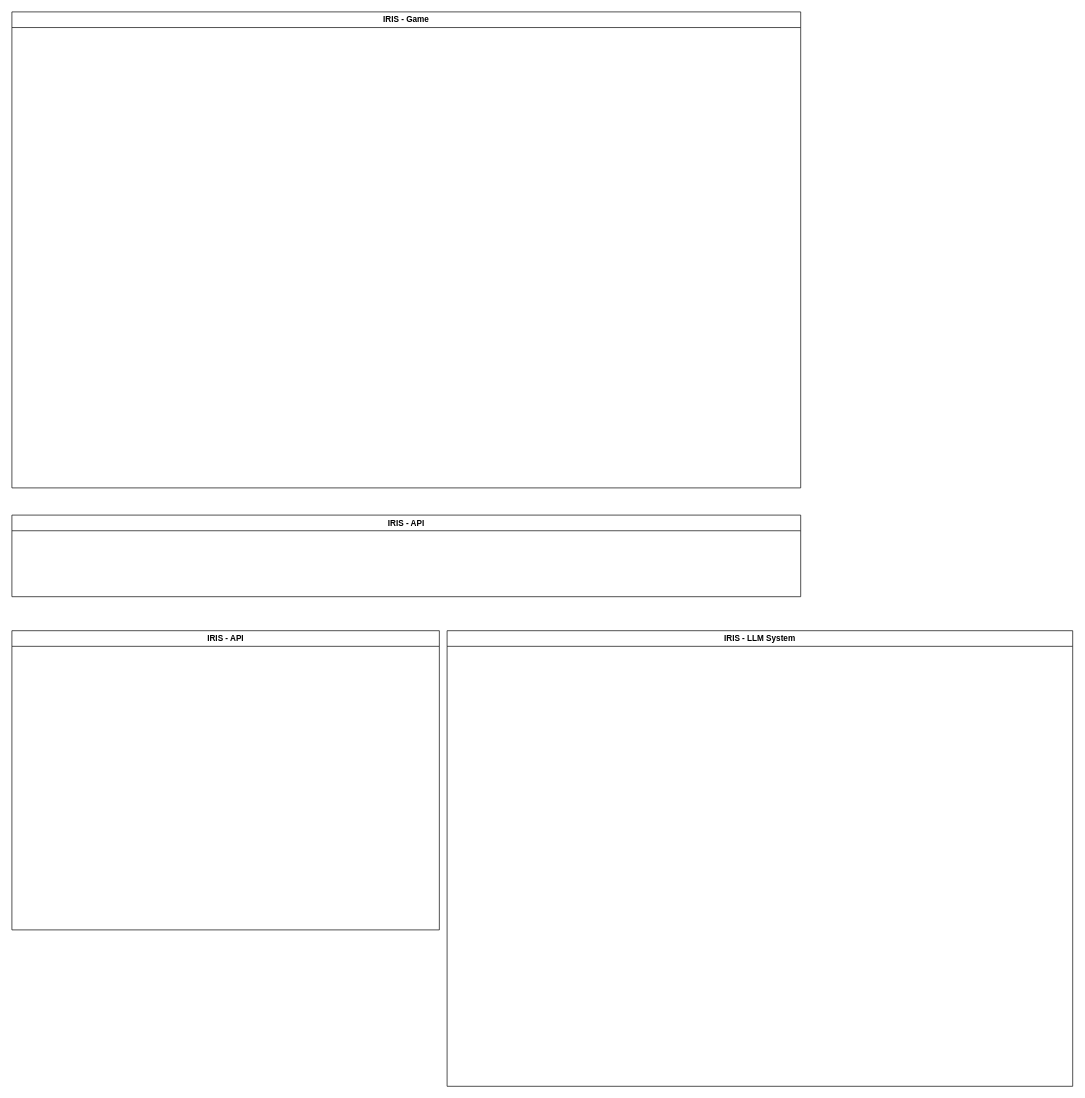
Earlier version of the draw.io diagram docs/iris-high_level_architecture.drawio (crimson-rain/iris). Source tidied: cells renumbered, new cells numbered last; positions are measured from the earlier drawing's top-left corner, leaving out a move shared by most shapes. Both pictures are drawn from the tidied source at 68%, with x=0, y=0 at pixel (12, 12).
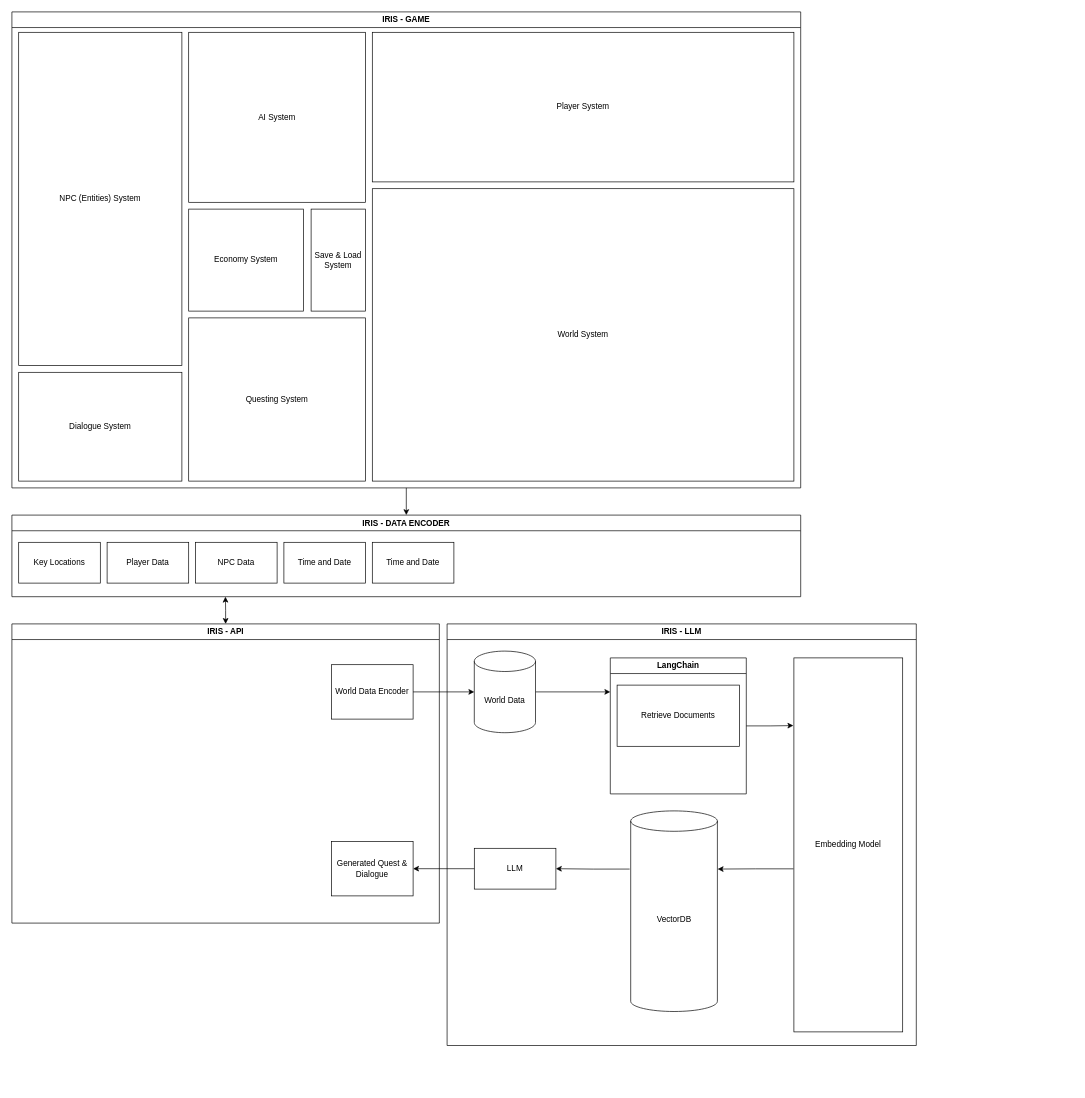
Above is the later version.

The edit, as a diff of the source:
```diff
@@
+    <mxCell id="6" style="edgeStyle=orthogonalEdgeStyle;rounded=0;jettySize=auto;html=1;entryX=0.5;entryY=0;entryDx=0;entryDy=0;" parent="1" edge="1" source="2" target="5">
+      <mxGeometry relative="1" as="geometry" />
+    </mxCell>
-    <mxCell id="2" value="IRIS - Game" style="swimlane;whiteSpace=wrap;html=1;" parent="1" vertex="1">
+    <mxCell id="2" value="IRIS - GAME" style="swimlane;whiteSpace=wrap;html=1;" parent="1" vertex="1">
       <mxGeometry width="1160" height="700" as="geometry" />
     </mxCell>
+    <mxCell id="7" value="Dialogue System" style="rounded=0;whiteSpace=wrap;html=1;" parent="2" vertex="1">
+      <mxGeometry x="10" y="530" width="240" height="160" as="geometry" />
+    </mxCell>
+    <mxCell id="8" value="Questing System" style="rounded=0;whiteSpace=wrap;html=1;" parent="2" vertex="1">
+      <mxGeometry x="260" y="450" width="260" height="240" as="geometry" />
+    </mxCell>
+    <mxCell id="9" value="World System" style="rounded=0;whiteSpace=wrap;html=1;" parent="2" vertex="1">
+      <mxGeometry x="530" y="260" width="620" height="430" as="geometry" />
+    </mxCell>
+    <mxCell id="10" value="Player System" style="rounded=0;whiteSpace=wrap;html=1;" parent="2" vertex="1">
+      <mxGeometry x="530" y="30" width="620" height="220" as="geometry" />
+    </mxCell>
+    <mxCell id="11" value="NPC (Entities) System" style="rounded=0;whiteSpace=wrap;html=1;" parent="2" vertex="1">
+      <mxGeometry x="10" y="30" width="240" height="490" as="geometry" />
+    </mxCell>
+    <mxCell id="12" value="Economy System" style="rounded=0;whiteSpace=wrap;html=1;" parent="2" vertex="1">
+      <mxGeometry x="260" y="290" width="168.8" height="150" as="geometry" />
+    </mxCell>
+    <mxCell id="13" value="Save &amp;amp; Load System" style="rounded=0;whiteSpace=wrap;html=1;" parent="2" vertex="1">
+      <mxGeometry x="440" y="290" width="80" height="150" as="geometry" />
+    </mxCell>
+    <mxCell id="14" value="AI System" style="rounded=0;whiteSpace=wrap;html=1;" parent="2" vertex="1">
+      <mxGeometry x="260" y="30" width="260" height="250" as="geometry" />
+    </mxCell>
+    <mxCell id="15" style="edgeStyle=orthogonalEdgeStyle;rounded=0;jettySize=auto;html=1;startArrow=classic;startFill=1;" parent="1" edge="1" source="3">
+      <mxGeometry relative="1" as="geometry">
+        <mxPoint x="314" y="860" as="targetPoint" />
+      </mxGeometry>
+    </mxCell>
     <mxCell id="3" value="&lt;div&gt;IRIS - API&lt;/div&gt;" style="swimlane;whiteSpace=wrap;html=1;" parent="1" vertex="1">
-      <mxGeometry y="910" width="628.6" height="440" as="geometry" />
+      <mxGeometry y="900" width="628.6" height="440" as="geometry" />
     </mxCell>
+    <mxCell id="16" value="World Data Encoder" style="rounded=0;whiteSpace=wrap;html=1;" parent="3" vertex="1">
+      <mxGeometry x="470" y="60" width="120" height="80" as="geometry" />
+    </mxCell>
+    <mxCell id="17" value="Generated Quest &amp;amp; Dialogue" style="rounded=0;whiteSpace=wrap;html=1;" parent="3" vertex="1">
+      <mxGeometry x="470" y="320" width="120" height="80" as="geometry" />
+    </mxCell>
-    <mxCell id="4" value="IRIS - LLM System" style="swimlane;whiteSpace=wrap;html=1;" parent="1" vertex="1">
-      <mxGeometry x="640" y="910" width="920" height="670" as="geometry" />
+    <mxCell id="4" value="IRIS - LLM" style="swimlane;whiteSpace=wrap;html=1;" parent="1" vertex="1">
+      <mxGeometry x="640" y="900" width="690" height="620" as="geometry" />
     </mxCell>
+    <mxCell id="18" style="edgeStyle=orthogonalEdgeStyle;rounded=0;jettySize=auto;html=1;entryX=0;entryY=0.25;entryDx=0;entryDy=0;" parent="4" edge="1" source="19" target="20">
+      <mxGeometry relative="1" as="geometry" />
+    </mxCell>
+    <mxCell id="19" value="World Data" style="shape=cylinder3;whiteSpace=wrap;html=1;boundedLbl=1;backgroundOutline=1;size=15;" parent="4" vertex="1">
+      <mxGeometry x="40" y="40" width="90" height="120" as="geometry" />
+    </mxCell>
+    <mxCell id="20" value="LangChain" style="swimlane;whiteSpace=wrap;html=1;" parent="4" vertex="1">
+      <mxGeometry x="240" y="50" width="200" height="200" as="geometry" />
+    </mxCell>
+    <mxCell id="21" value="Retrieve Documents" style="rounded=0;whiteSpace=wrap;html=1;" parent="20" vertex="1">
+      <mxGeometry x="10" y="40" width="180" height="90" as="geometry" />
+    </mxCell>
+    <mxCell id="22" value="Embedding Model" style="rounded=0;whiteSpace=wrap;html=1;" parent="4" vertex="1">
+      <mxGeometry x="510" y="50" width="160" height="550" as="geometry" />
+    </mxCell>
+    <mxCell id="23" style="edgeStyle=orthogonalEdgeStyle;rounded=0;jettySize=auto;html=1;entryX=-0.005;entryY=0.181;entryDx=0;entryDy=0;entryPerimeter=0;" parent="4" edge="1" source="20" target="22">
+      <mxGeometry relative="1" as="geometry" />
+    </mxCell>
+    <mxCell id="24" value="VectorDB" style="shape=cylinder3;whiteSpace=wrap;html=1;boundedLbl=1;backgroundOutline=1;size=15;" parent="4" vertex="1">
+      <mxGeometry x="270" y="275" width="127.5" height="295" as="geometry" />
+    </mxCell>
+    <mxCell id="25" value="LLM" style="rounded=0;whiteSpace=wrap;html=1;" parent="4" vertex="1">
+      <mxGeometry x="40" y="330" width="120" height="60" as="geometry" />
+    </mxCell>
+    <mxCell id="26" style="edgeStyle=orthogonalEdgeStyle;rounded=0;jettySize=auto;html=1;exitX=-0.012;exitY=0.29;exitDx=0;exitDy=0;exitPerimeter=0;" parent="4" edge="1" source="24" target="25">
+      <mxGeometry relative="1" as="geometry" />
+    </mxCell>
+    <mxCell id="27" style="edgeStyle=orthogonalEdgeStyle;rounded=0;jettySize=auto;html=1;entryX=1.003;entryY=0.29;entryDx=0;entryDy=0;entryPerimeter=0;exitX=-0.004;exitY=0.564;exitDx=0;exitDy=0;exitPerimeter=0;" parent="4" edge="1" source="22" target="24">
+      <mxGeometry relative="1" as="geometry" />
+    </mxCell>
-    <mxCell id="5" value="&lt;div&gt;IRIS - API&lt;/div&gt;" style="swimlane;whiteSpace=wrap;html=1;" parent="1" vertex="1">
+    <mxCell id="5" value="&lt;div&gt;IRIS - DATA ENCODER&lt;br&gt;&lt;/div&gt;" style="swimlane;whiteSpace=wrap;html=1;" parent="1" vertex="1">
       <mxGeometry y="740" width="1160" height="120" as="geometry" />
     </mxCell>
+    <mxCell id="28" value="Key Locations" style="rounded=0;whiteSpace=wrap;html=1;verticalAlign=middle;" parent="5" vertex="1">
+      <mxGeometry x="10" y="40" width="120" height="60" as="geometry" />
+    </mxCell>
+    <mxCell id="29" value="Player Data" style="rounded=0;whiteSpace=wrap;html=1;verticalAlign=middle;" parent="5" vertex="1">
+      <mxGeometry x="140" y="40" width="120" height="60" as="geometry" />
+    </mxCell>
+    <mxCell id="30" value="NPC Data" style="rounded=0;whiteSpace=wrap;html=1;verticalAlign=middle;" parent="5" vertex="1">
+      <mxGeometry x="270" y="40" width="120" height="60" as="geometry" />
+    </mxCell>
+    <mxCell id="31" value="Time and Date" style="rounded=0;whiteSpace=wrap;html=1;verticalAlign=middle;" parent="5" vertex="1">
+      <mxGeometry x="400" y="40" width="120" height="60" as="geometry" />
+    </mxCell>
+    <mxCell id="32" value="Time and Date" style="rounded=0;whiteSpace=wrap;html=1;verticalAlign=middle;" parent="5" vertex="1">
+      <mxGeometry x="530" y="40" width="120" height="60" as="geometry" />
+    </mxCell>
+    <mxCell id="33" style="edgeStyle=orthogonalEdgeStyle;rounded=0;jettySize=auto;html=1;entryX=0;entryY=0.5;entryDx=0;entryDy=0;entryPerimeter=0;" parent="1" edge="1" source="16" target="19">
+      <mxGeometry relative="1" as="geometry" />
+    </mxCell>
+    <mxCell id="34" style="edgeStyle=orthogonalEdgeStyle;rounded=0;jettySize=auto;html=1;entryX=1;entryY=0.5;entryDx=0;entryDy=0;" parent="1" edge="1" source="25" target="17">
+      <mxGeometry relative="1" as="geometry" />
+    </mxCell>
```
